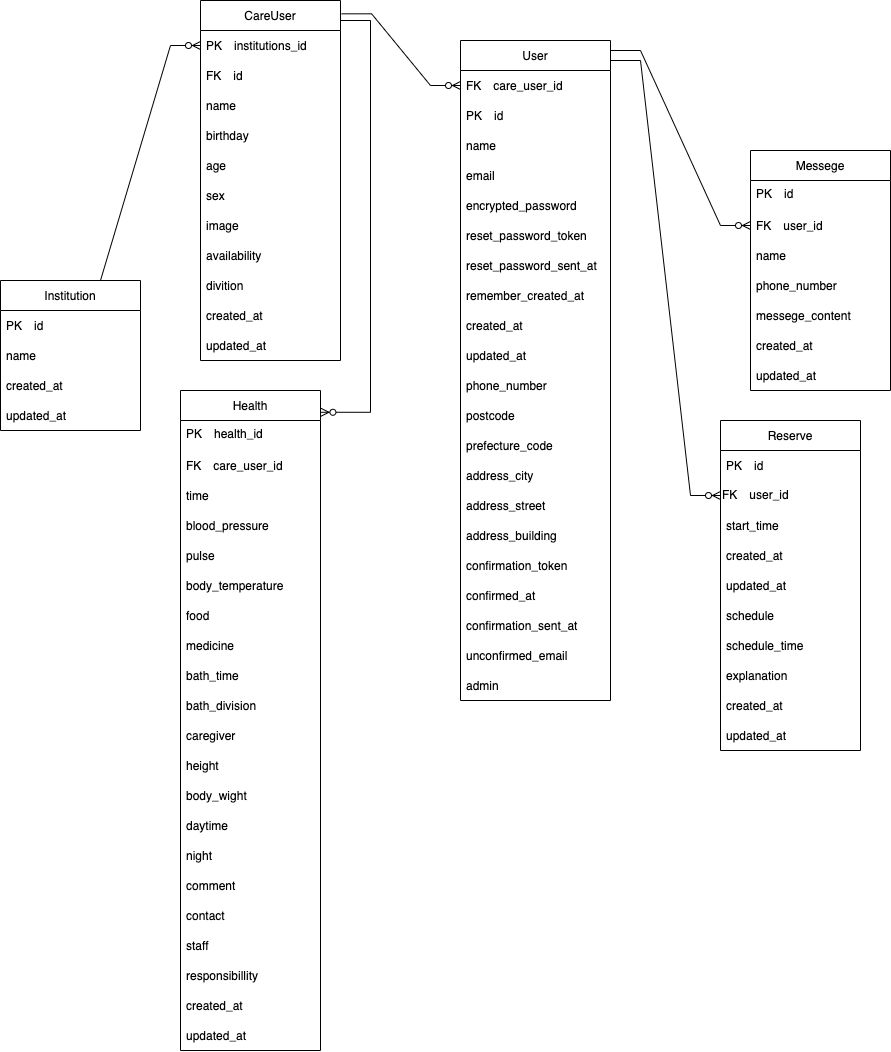
The draw.io diagram ER図.png in tadao050707/rika_san_app, before a commit. Source tidied: cells renumbered, new cells last; positions are measured from the earlier drawing's top-left corner, leaving out a move shared by most shapes.
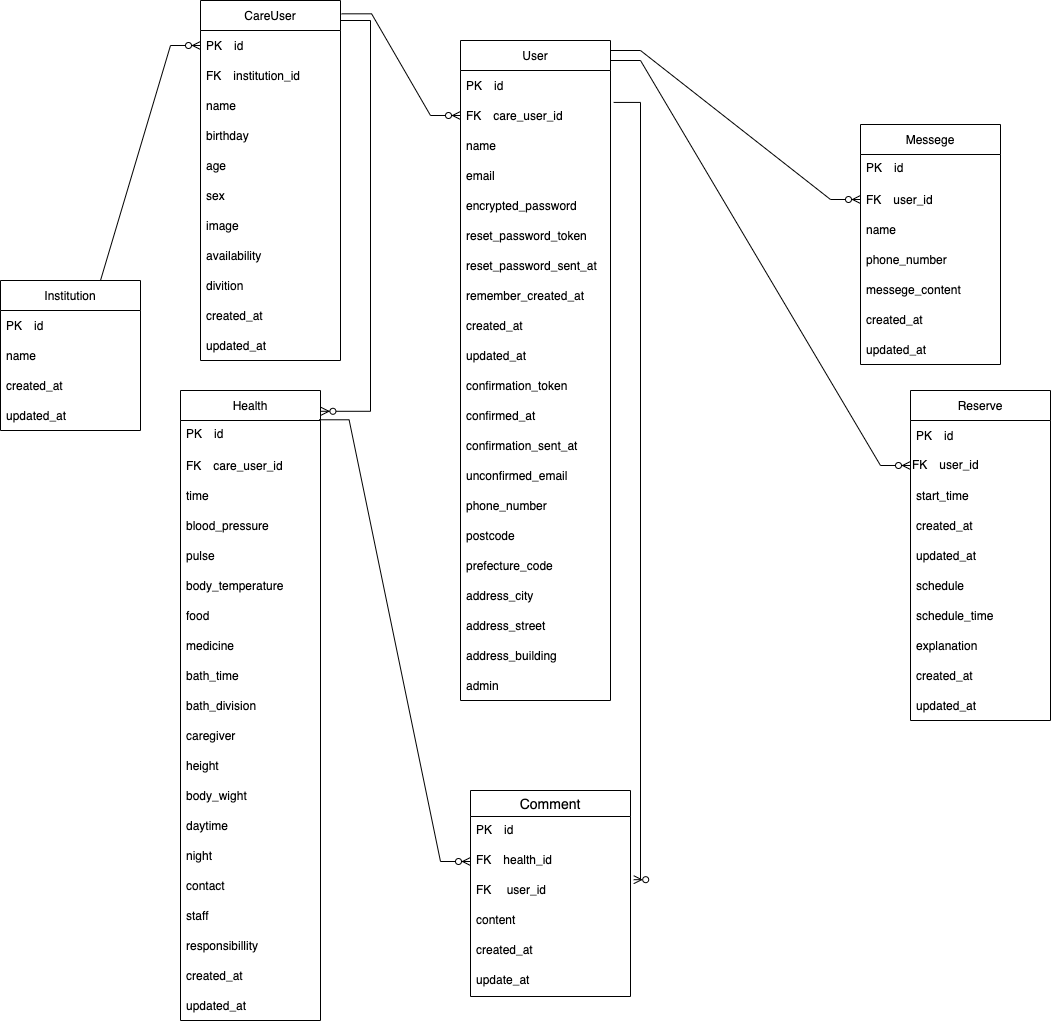
Later version of the same file.

Diff of the diagram source:
```diff
@@ -20,12 +20,12 @@
     <mxCell id="7" value="User" style="swimlane;fontStyle=0;horizontal=1;startSize=30;" parent="1" vertex="1">
       <mxGeometry x="460" y="40" width="150" height="660" as="geometry" />
     </mxCell>
+    <mxCell id="9" value="PK　id" style="text;strokeColor=none;fillColor=none;align=left;verticalAlign=middle;spacingLeft=4;spacingRight=4;overflow=hidden;" parent="7" vertex="1">
+      <mxGeometry y="30" width="150" height="30" as="geometry" />
+    </mxCell>
     <mxCell id="8" value="FK　care_user_id" style="text;strokeColor=none;fillColor=none;align=left;verticalAlign=middle;spacingLeft=4;spacingRight=4;overflow=hidden;points=[[0,0.5],[1,0.5]];portConstraint=eastwest;" parent="7" vertex="1">
-      <mxGeometry y="30" width="150" height="30" as="geometry" />
+      <mxGeometry y="60" width="150" height="30" as="geometry" />
     </mxCell>
-    <mxCell id="9" value="PK　id" style="text;strokeColor=none;fillColor=none;align=left;verticalAlign=middle;spacingLeft=4;spacingRight=4;overflow=hidden;" parent="7" vertex="1">
-      <mxGeometry y="60" width="150" height="30" as="geometry" />
-    </mxCell>
     <mxCell id="10" value="name" style="text;strokeColor=none;fillColor=none;align=left;verticalAlign=middle;spacingLeft=4;spacingRight=4;overflow=hidden;" parent="7" vertex="1">
       <mxGeometry y="90" width="150" height="30" as="geometry" />
     </mxCell>
@@ -50,46 +50,46 @@
     <mxCell id="17" value="updated_at" style="text;strokeColor=none;fillColor=none;align=left;verticalAlign=middle;spacingLeft=4;spacingRight=4;overflow=hidden;" parent="7" vertex="1">
       <mxGeometry y="300" width="150" height="30" as="geometry" />
     </mxCell>
+    <mxCell id="24" value="confirmation_token" style="text;strokeColor=none;fillColor=none;align=left;verticalAlign=middle;spacingLeft=4;spacingRight=4;overflow=hidden;" parent="7" vertex="1">
+      <mxGeometry y="330" width="150" height="30" as="geometry" />
+    </mxCell>
+    <mxCell id="25" value="confirmed_at" style="text;strokeColor=none;fillColor=none;align=left;verticalAlign=middle;spacingLeft=4;spacingRight=4;overflow=hidden;" parent="7" vertex="1">
+      <mxGeometry y="360" width="150" height="30" as="geometry" />
+    </mxCell>
+    <mxCell id="26" value="confirmation_sent_at" style="text;strokeColor=none;fillColor=none;align=left;verticalAlign=middle;spacingLeft=4;spacingRight=4;overflow=hidden;" parent="7" vertex="1">
+      <mxGeometry y="390" width="150" height="30" as="geometry" />
+    </mxCell>
+    <mxCell id="27" value="unconfirmed_email" style="text;strokeColor=none;fillColor=none;align=left;verticalAlign=middle;spacingLeft=4;spacingRight=4;overflow=hidden;" parent="7" vertex="1">
+      <mxGeometry y="420" width="150" height="30" as="geometry" />
+    </mxCell>
     <mxCell id="18" value="phone_number" style="text;strokeColor=none;fillColor=none;align=left;verticalAlign=middle;spacingLeft=4;spacingRight=4;overflow=hidden;" parent="7" vertex="1">
-      <mxGeometry y="330" width="150" height="30" as="geometry" />
+      <mxGeometry y="450" width="150" height="30" as="geometry" />
     </mxCell>
     <mxCell id="19" value="postcode" style="text;strokeColor=none;fillColor=none;align=left;verticalAlign=middle;spacingLeft=4;spacingRight=4;overflow=hidden;" parent="7" vertex="1">
-      <mxGeometry y="360" width="150" height="30" as="geometry" />
+      <mxGeometry y="480" width="150" height="30" as="geometry" />
     </mxCell>
     <mxCell id="20" value="prefecture_code" style="text;strokeColor=none;fillColor=none;align=left;verticalAlign=middle;spacingLeft=4;spacingRight=4;overflow=hidden;" parent="7" vertex="1">
-      <mxGeometry y="390" width="150" height="30" as="geometry" />
+      <mxGeometry y="510" width="150" height="30" as="geometry" />
     </mxCell>
     <mxCell id="21" value="address_city" style="text;strokeColor=none;fillColor=none;align=left;verticalAlign=middle;spacingLeft=4;spacingRight=4;overflow=hidden;" parent="7" vertex="1">
-      <mxGeometry y="420" width="150" height="30" as="geometry" />
+      <mxGeometry y="540" width="150" height="30" as="geometry" />
     </mxCell>
     <mxCell id="22" value="address_street" style="text;strokeColor=none;fillColor=none;align=left;verticalAlign=middle;spacingLeft=4;spacingRight=4;overflow=hidden;" parent="7" vertex="1">
-      <mxGeometry y="450" width="150" height="30" as="geometry" />
+      <mxGeometry y="570" width="150" height="30" as="geometry" />
     </mxCell>
     <mxCell id="23" value="address_building" style="text;strokeColor=none;fillColor=none;align=left;verticalAlign=middle;spacingLeft=4;spacingRight=4;overflow=hidden;" parent="7" vertex="1">
-      <mxGeometry y="480" width="150" height="30" as="geometry" />
+      <mxGeometry y="600" width="150" height="30" as="geometry" />
     </mxCell>
-    <mxCell id="24" value="confirmation_token" style="text;strokeColor=none;fillColor=none;align=left;verticalAlign=middle;spacingLeft=4;spacingRight=4;overflow=hidden;" parent="7" vertex="1">
-      <mxGeometry y="510" width="150" height="30" as="geometry" />
-    </mxCell>
-    <mxCell id="25" value="confirmed_at" style="text;strokeColor=none;fillColor=none;align=left;verticalAlign=middle;spacingLeft=4;spacingRight=4;overflow=hidden;" parent="7" vertex="1">
-      <mxGeometry y="540" width="150" height="30" as="geometry" />
-    </mxCell>
-    <mxCell id="26" value="confirmation_sent_at" style="text;strokeColor=none;fillColor=none;align=left;verticalAlign=middle;spacingLeft=4;spacingRight=4;overflow=hidden;" parent="7" vertex="1">
-      <mxGeometry y="570" width="150" height="30" as="geometry" />
-    </mxCell>
-    <mxCell id="27" value="unconfirmed_email" style="text;strokeColor=none;fillColor=none;align=left;verticalAlign=middle;spacingLeft=4;spacingRight=4;overflow=hidden;" parent="7" vertex="1">
-      <mxGeometry y="600" width="150" height="30" as="geometry" />
-    </mxCell>
     <mxCell id="28" value="admin" style="text;strokeColor=none;fillColor=none;align=left;verticalAlign=middle;spacingLeft=4;spacingRight=4;overflow=hidden;" parent="7" vertex="1">
       <mxGeometry y="630" width="150" height="30" as="geometry" />
     </mxCell>
     <mxCell id="29" value="CareUser" style="swimlane;fontStyle=0;horizontal=1;startSize=30;" parent="1" vertex="1">
       <mxGeometry x="200" width="140" height="360" as="geometry" />
     </mxCell>
-    <mxCell id="30" value="PK　institutions_id" style="text;strokeColor=none;fillColor=none;align=left;verticalAlign=middle;spacingLeft=4;spacingRight=4;overflow=hidden;points=[[0,0.5],[1,0.5]];portConstraint=eastwest;" parent="29" vertex="1">
+    <mxCell id="30" value="PK　id" style="text;strokeColor=none;fillColor=none;align=left;verticalAlign=middle;spacingLeft=4;spacingRight=4;overflow=hidden;points=[[0,0.5],[1,0.5]];portConstraint=eastwest;" parent="29" vertex="1">
       <mxGeometry y="30" width="140" height="30" as="geometry" />
     </mxCell>
-    <mxCell id="31" value="FK　id" style="text;strokeColor=none;fillColor=none;align=left;verticalAlign=middle;spacingLeft=4;spacingRight=4;overflow=hidden;" parent="29" vertex="1">
+    <mxCell id="31" value="FK　institution_id" style="text;strokeColor=none;fillColor=none;align=left;verticalAlign=middle;spacingLeft=4;spacingRight=4;overflow=hidden;" parent="29" vertex="1">
       <mxGeometry y="60" width="140" height="30" as="geometry" />
     </mxCell>
     <mxCell id="32" value="name" style="text;strokeColor=none;fillColor=none;align=left;verticalAlign=middle;spacingLeft=4;spacingRight=4;overflow=hidden;" parent="29" vertex="1">
@@ -120,9 +120,9 @@
       <mxGeometry y="330" width="140" height="30" as="geometry" />
     </mxCell>
     <mxCell id="41" value="Health" style="swimlane;fontStyle=0;horizontal=1;startSize=30;" parent="1" vertex="1">
-      <mxGeometry x="180" y="390" width="140" height="660" as="geometry" />
+      <mxGeometry x="180" y="390" width="140" height="630" as="geometry" />
     </mxCell>
-    <mxCell id="42" value="PK　health_id" style="text;strokeColor=none;fillColor=none;spacingLeft=4;spacingRight=4;overflow=hidden;points=[[0,0.5],[1,0.5]];portConstraint=eastwest;fontSize=12;" parent="41" vertex="1">
+    <mxCell id="42" value="PK　id" style="text;strokeColor=none;fillColor=none;spacingLeft=4;spacingRight=4;overflow=hidden;points=[[0,0.5],[1,0.5]];portConstraint=eastwest;fontSize=12;" parent="41" vertex="1">
       <mxGeometry y="30" width="140" height="30" as="geometry" />
     </mxCell>
     <mxCell id="43" value="FK　care_user_id" style="text;strokeColor=none;fillColor=none;align=left;verticalAlign=middle;spacingLeft=4;spacingRight=4;overflow=hidden;" parent="41" vertex="1">
@@ -167,26 +167,23 @@
     <mxCell id="56" value="night" style="text;strokeColor=none;fillColor=none;align=left;verticalAlign=middle;spacingLeft=4;spacingRight=4;overflow=hidden;" parent="41" vertex="1">
       <mxGeometry y="450" width="140" height="30" as="geometry" />
     </mxCell>
-    <mxCell id="57" value="comment" style="text;strokeColor=none;fillColor=none;align=left;verticalAlign=middle;spacingLeft=4;spacingRight=4;overflow=hidden;" parent="41" vertex="1">
-      <mxGeometry y="480" width="140" height="30" as="geometry" />
-    </mxCell>
     <mxCell id="58" value="contact" style="text;strokeColor=none;fillColor=none;align=left;verticalAlign=middle;spacingLeft=4;spacingRight=4;overflow=hidden;" parent="41" vertex="1">
-      <mxGeometry y="510" width="140" height="30" as="geometry" />
+      <mxGeometry y="480" width="140" height="30" as="geometry" />
     </mxCell>
     <mxCell id="59" value="staff" style="text;strokeColor=none;fillColor=none;align=left;verticalAlign=middle;spacingLeft=4;spacingRight=4;overflow=hidden;" parent="41" vertex="1">
-      <mxGeometry y="540" width="140" height="30" as="geometry" />
+      <mxGeometry y="510" width="140" height="30" as="geometry" />
     </mxCell>
     <mxCell id="60" value="responsibillity" style="text;strokeColor=none;fillColor=none;align=left;verticalAlign=middle;spacingLeft=4;spacingRight=4;overflow=hidden;" parent="41" vertex="1">
-      <mxGeometry y="570" width="140" height="30" as="geometry" />
+      <mxGeometry y="540" width="140" height="30" as="geometry" />
     </mxCell>
     <mxCell id="61" value="created_at" style="text;strokeColor=none;fillColor=none;align=left;verticalAlign=middle;spacingLeft=4;spacingRight=4;overflow=hidden;" parent="41" vertex="1">
-      <mxGeometry y="600" width="140" height="30" as="geometry" />
+      <mxGeometry y="570" width="140" height="30" as="geometry" />
     </mxCell>
     <mxCell id="62" value="updated_at" style="text;strokeColor=none;fillColor=none;align=left;verticalAlign=middle;spacingLeft=4;spacingRight=4;overflow=hidden;" parent="41" vertex="1">
-      <mxGeometry y="630" width="140" height="30" as="geometry" />
+      <mxGeometry y="600" width="140" height="30" as="geometry" />
     </mxCell>
     <mxCell id="63" value="Reserve" style="swimlane;fontStyle=0;horizontal=1;startSize=30;" parent="1" vertex="1">
-      <mxGeometry x="720" y="420" width="140" height="330" as="geometry" />
+      <mxGeometry x="910" y="390" width="140" height="330" as="geometry" />
     </mxCell>
     <mxCell id="64" value="PK　id" style="text;strokeColor=none;fillColor=none;align=left;verticalAlign=middle;spacingLeft=4;spacingRight=4;overflow=hidden;" parent="63" vertex="1">
       <mxGeometry y="30" width="140" height="30" as="geometry" />
@@ -219,7 +216,7 @@
       <mxGeometry y="300" width="140" height="30" as="geometry" />
     </mxCell>
     <mxCell id="74" value="Messege" style="swimlane;fontStyle=0;horizontal=1;startSize=30;" parent="1" vertex="1">
-      <mxGeometry x="750" y="150" width="140" height="240" as="geometry" />
+      <mxGeometry x="860" y="124" width="140" height="240" as="geometry" />
     </mxCell>
     <mxCell id="75" value="PK　id" style="text;strokeColor=none;fillColor=none;spacingLeft=4;spacingRight=4;overflow=hidden;fontSize=12;" parent="74" vertex="1">
       <mxGeometry y="30" width="140" height="30" as="geometry" />
@@ -265,5 +262,36 @@
         <mxPoint x="610" y="60" as="sourcePoint" />
       </mxGeometry>
     </mxCell>
+    <mxCell id="87" value="Comment" style="swimlane;fontStyle=0;horizontal=1;startSize=26;align=center;fontSize=14;" parent="1" vertex="1">
+      <mxGeometry x="470" y="790" width="160" height="206" as="geometry" />
+    </mxCell>
+    <mxCell id="88" value="PK　id" style="text;strokeColor=none;fillColor=none;spacingLeft=4;spacingRight=4;overflow=hidden;fontSize=12;" parent="87" vertex="1">
+      <mxGeometry y="26" width="160" height="30" as="geometry" />
+    </mxCell>
+    <mxCell id="89" value="FK　health_id" style="text;strokeColor=none;fillColor=none;spacingLeft=4;spacingRight=4;overflow=hidden;points=[[0,0.5],[1,0.5]];portConstraint=eastwest;fontSize=12;" parent="87" vertex="1">
+      <mxGeometry y="56" width="160" height="30" as="geometry" />
+    </mxCell>
+    <mxCell id="90" value="FK 　user_id" style="text;strokeColor=none;fillColor=none;spacingLeft=4;spacingRight=4;overflow=hidden;points=[[0,0.5],[1,0.5]];portConstraint=eastwest;fontSize=12;" parent="87" vertex="1">
+      <mxGeometry y="86" width="160" height="30" as="geometry" />
+    </mxCell>
+    <mxCell id="91" value="content" style="text;strokeColor=none;fillColor=none;spacingLeft=4;spacingRight=4;overflow=hidden;fontSize=12;" parent="87" vertex="1">
+      <mxGeometry y="116" width="160" height="30" as="geometry" />
+    </mxCell>
+    <mxCell id="92" value="created_at" style="text;strokeColor=none;fillColor=none;spacingLeft=4;spacingRight=4;overflow=hidden;fontSize=12;" parent="87" vertex="1">
+      <mxGeometry y="146" width="160" height="30" as="geometry" />
+    </mxCell>
+    <mxCell id="93" value="update_at" style="text;strokeColor=none;fillColor=none;spacingLeft=4;spacingRight=4;overflow=hidden;fontSize=12;" parent="87" vertex="1">
+      <mxGeometry y="176" width="160" height="30" as="geometry" />
+    </mxCell>
+    <mxCell id="94" style="edgeStyle=entityRelationEdgeStyle;fontSize=12;html=1;endArrow=ERzeroToMany;endFill=1;rounded=0;entryX=0;entryY=0.5;entryDx=0;entryDy=0;exitX=0.99;exitY=-0.024;exitDx=0;exitDy=0;exitPerimeter=0;" parent="1" edge="1" source="42" target="89">
+      <mxGeometry relative="1" as="geometry" />
+    </mxCell>
+    <mxCell id="95" style="edgeStyle=elbowEdgeStyle;fontSize=12;html=1;endArrow=ERzeroToMany;endFill=1;rounded=0;entryX=1.02;entryY=0.106;entryDx=0;entryDy=0;entryPerimeter=0;exitX=1.021;exitY=0.064;exitDx=0;exitDy=0;exitPerimeter=0;elbow=vertical;" parent="1" edge="1" source="8" target="90">
+      <mxGeometry relative="1" as="geometry">
+        <Array as="points">
+          <mxPoint x="640" y="470" />
+        </Array>
+      </mxGeometry>
+    </mxCell>
   </root>
 </mxGraphModel>
```
